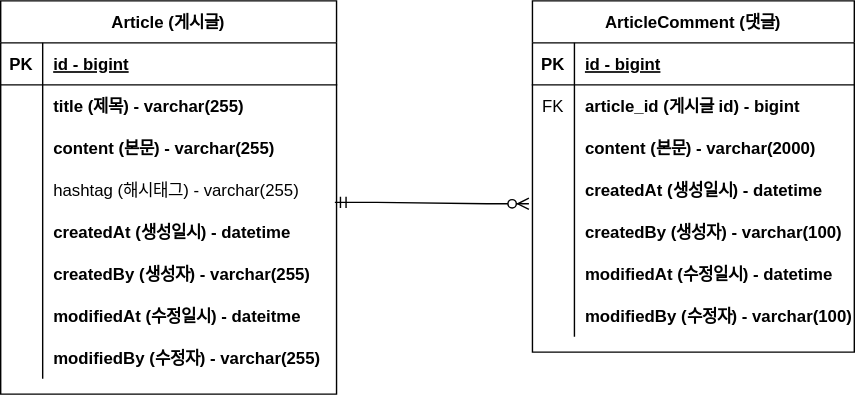
Before: document/project-board-erd.svg, a diagram exported from draw.io (KyungSoo-Han/project-board). Source tidied: cells renumbered, new cells last; positions are measured from the earlier drawing's top-left corner, leaving out a move shared by most shapes.
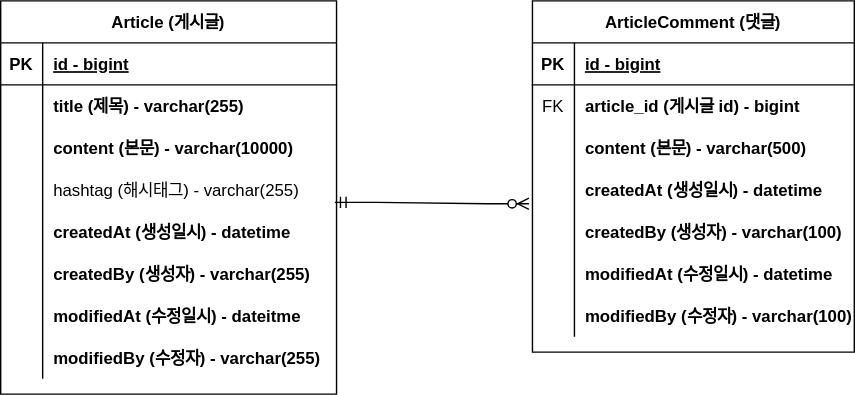
Later version of the same file.

Commit message:
#11 - erd 업데이트: content 사이즈 변경

Diff of the diagram source:
```diff
@@ -29,7 +29,7 @@
     <mxCell id="10" style="shape=partialRectangle;overflow=hidden;fillColor=none;top=0;left=0;bottom=0;right=0;" parent="9" vertex="1">
       <mxGeometry width="30" height="30" as="geometry" />
     </mxCell>
-    <mxCell id="11" value="content (본문) - varchar(255)" style="shape=partialRectangle;overflow=hidden;fillColor=none;top=0;left=0;bottom=0;right=0;align=left;spacingLeft=6;fontStyle=1;" parent="9" vertex="1">
+    <mxCell id="11" value="content (본문) - varchar(10000)" style="shape=partialRectangle;overflow=hidden;fillColor=none;top=0;left=0;bottom=0;right=0;align=left;spacingLeft=6;fontStyle=1;" parent="9" vertex="1">
       <mxGeometry x="30" width="210" height="30" as="geometry" />
     </mxCell>
     <mxCell id="12" style="shape=partialRectangle;fillColor=none;points=[[0,0.5],[1,0.5]];portConstraint=eastwest;top=0;left=0;right=0;bottom=0;" parent="2" vertex="1">
@@ -104,7 +104,7 @@
     <mxCell id="35" style="shape=partialRectangle;overflow=hidden;fillColor=none;top=0;left=0;bottom=0;right=0;" parent="34" vertex="1">
       <mxGeometry width="30" height="30" as="geometry" />
     </mxCell>
-    <mxCell id="36" value="content (본문) - varchar(2000)" style="shape=partialRectangle;overflow=hidden;fillColor=none;top=0;left=0;bottom=0;right=0;align=left;spacingLeft=6;fontStyle=1;" parent="34" vertex="1">
+    <mxCell id="36" value="content (본문) - varchar(500)" style="shape=partialRectangle;overflow=hidden;fillColor=none;top=0;left=0;bottom=0;right=0;align=left;spacingLeft=6;fontStyle=1;" parent="34" vertex="1">
       <mxGeometry x="30" width="200" height="30" as="geometry" />
     </mxCell>
     <mxCell id="37" style="shape=partialRectangle;fillColor=none;points=[[0,0.5],[1,0.5]];portConstraint=eastwest;top=0;left=0;right=0;bottom=0;" parent="27" vertex="1">
```
